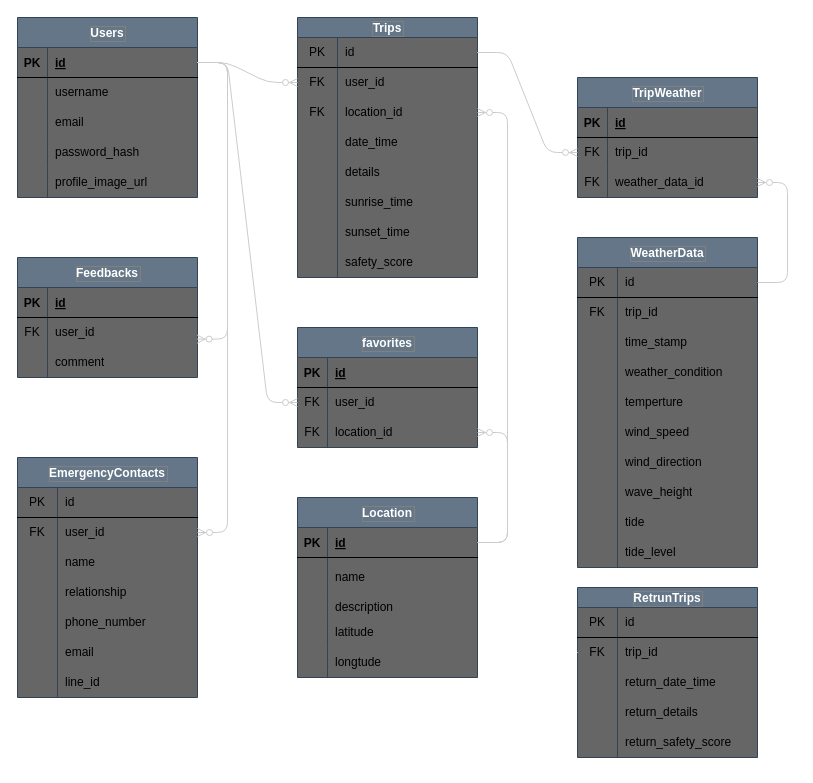
Earlier version of the draw.io diagram 開発設計書/DB/ER.drawio (ragna1123/safety_kayak_fishing_documents). Source tidied: cells renumbered, new cells numbered last; positions are measured from the earlier drawing's top-left corner, leaving out a move shared by most shapes. Both pictures are drawn from the tidied source at 100%, with x=0, y=0 at pixel (17, 17).
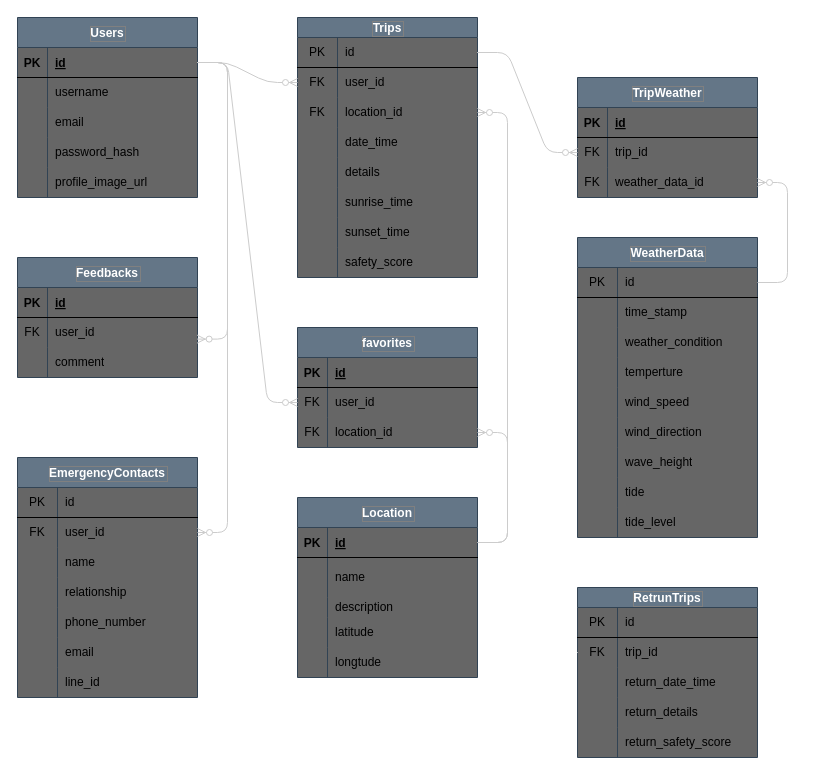
Above is the later version.

Change to the diagram source:
```diff
@@
     <mxCell id="95" value="WeatherData" style="shape=table;startSize=30;childLayout=tableLayout;rowLines=0;fontStyle=1;labelBackgroundColor=none;fillColor=#647687;strokeColor=#314354;fontColor=#FFFFFF;swimlaneFillColor=#666666;labelBorderColor=#808080;" parent="1" vertex="1">
-      <mxGeometry x="560" y="220" width="180" height="330" as="geometry" />
+      <mxGeometry x="560" y="220" width="180" height="300" as="geometry" />
     </mxCell>
@@
-    <mxCell id="99" style="shape=tableRow;horizontal=0;startSize=0;swimlaneHead=0;swimlaneBody=0;top=0;left=0;bottom=0;right=0;fillColor=none;" parent="95" vertex="1">
-      <mxGeometry y="60" width="180" height="30" as="geometry" />
-    </mxCell>
-    <mxCell id="100" value="FK" style="shape=partialRectangle;html=1;whiteSpace=wrap;fillColor=none;top=0;left=0;bottom=0;right=0;overflow=hidden;" parent="99" vertex="1">
-      <mxGeometry width="40" height="30" as="geometry" />
-    </mxCell>
-    <mxCell id="101" value="trip_id" style="shape=partialRectangle;html=1;whiteSpace=wrap;fillColor=none;top=0;left=0;bottom=0;right=0;align=left;spacingLeft=6;overflow=hidden;" parent="99" vertex="1">
-      <mxGeometry x="40" width="140" height="30" as="geometry" />
-    </mxCell>
     <mxCell id="102" style="shape=tableRow;horizontal=0;startSize=0;swimlaneHead=0;swimlaneBody=0;top=0;left=0;bottom=0;right=0;fillColor=none;" parent="95" vertex="1">
-      <mxGeometry y="90" width="180" height="30" as="geometry" />
+      <mxGeometry y="60" width="180" height="30" as="geometry" />
     </mxCell>
@@
     <mxCell id="105" style="shape=tableRow;horizontal=0;startSize=0;swimlaneHead=0;swimlaneBody=0;top=0;left=0;bottom=0;right=0;fillColor=none;" parent="95" vertex="1">
-      <mxGeometry y="120" width="180" height="30" as="geometry" />
+      <mxGeometry y="90" width="180" height="30" as="geometry" />
     </mxCell>
@@
     <mxCell id="108" style="shape=tableRow;horizontal=0;startSize=0;swimlaneHead=0;swimlaneBody=0;top=0;left=0;bottom=0;right=0;fillColor=none;" parent="95" vertex="1">
-      <mxGeometry y="150" width="180" height="30" as="geometry" />
+      <mxGeometry y="120" width="180" height="30" as="geometry" />
     </mxCell>
@@
     <mxCell id="111" style="shape=tableRow;horizontal=0;startSize=0;swimlaneHead=0;swimlaneBody=0;top=0;left=0;bottom=0;right=0;fillColor=none;" parent="95" vertex="1">
-      <mxGeometry y="180" width="180" height="30" as="geometry" />
+      <mxGeometry y="150" width="180" height="30" as="geometry" />
     </mxCell>
@@
     <mxCell id="114" style="shape=tableRow;horizontal=0;startSize=0;swimlaneHead=0;swimlaneBody=0;top=0;left=0;bottom=0;right=0;fillColor=none;" parent="95" vertex="1">
-      <mxGeometry y="210" width="180" height="30" as="geometry" />
+      <mxGeometry y="180" width="180" height="30" as="geometry" />
     </mxCell>
@@
     <mxCell id="117" style="shape=tableRow;horizontal=0;startSize=0;swimlaneHead=0;swimlaneBody=0;top=0;left=0;bottom=0;right=0;fillColor=none;" parent="95" vertex="1">
-      <mxGeometry y="240" width="180" height="30" as="geometry" />
+      <mxGeometry y="210" width="180" height="30" as="geometry" />
     </mxCell>
@@
     <mxCell id="120" style="shape=tableRow;horizontal=0;startSize=0;swimlaneHead=0;swimlaneBody=0;top=0;left=0;bottom=0;right=0;fillColor=none;" parent="95" vertex="1">
-      <mxGeometry y="270" width="180" height="30" as="geometry" />
+      <mxGeometry y="240" width="180" height="30" as="geometry" />
     </mxCell>
@@
     <mxCell id="123" style="shape=tableRow;horizontal=0;startSize=0;swimlaneHead=0;swimlaneBody=0;top=0;left=0;bottom=0;right=0;fillColor=none;" parent="95" vertex="1">
-      <mxGeometry y="300" width="180" height="30" as="geometry" />
+      <mxGeometry y="270" width="180" height="30" as="geometry" />
     </mxCell>
```
